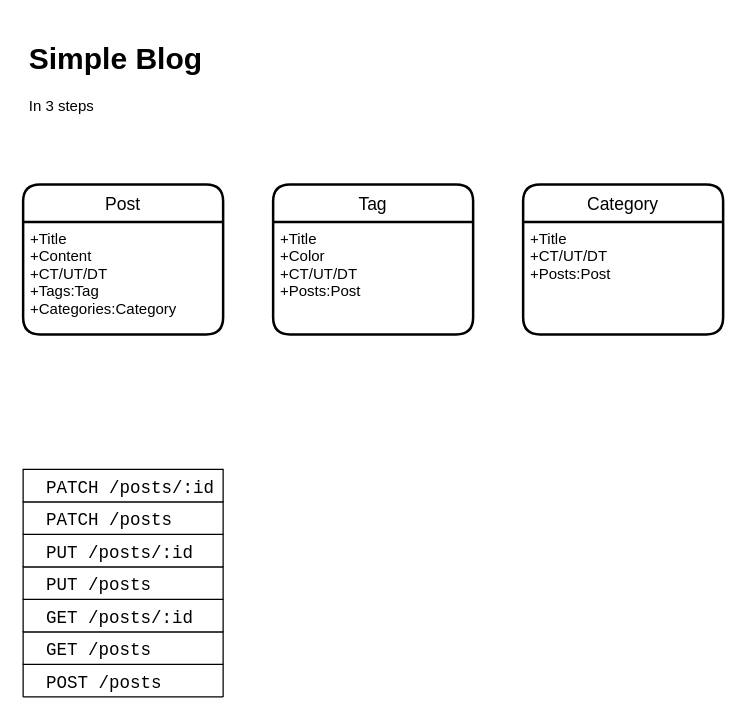
Above: draws/product/object.drawio in kleon1024/draw (draw.io), before the change. Source tidied: cells renumbered, new cells numbered last; positions are measured from the earlier drawing's top-left corner, leaving out a move shared by most shapes. Both pictures are drawn from the tidied source at 125%, with x=0, y=0 at pixel (22, 34).
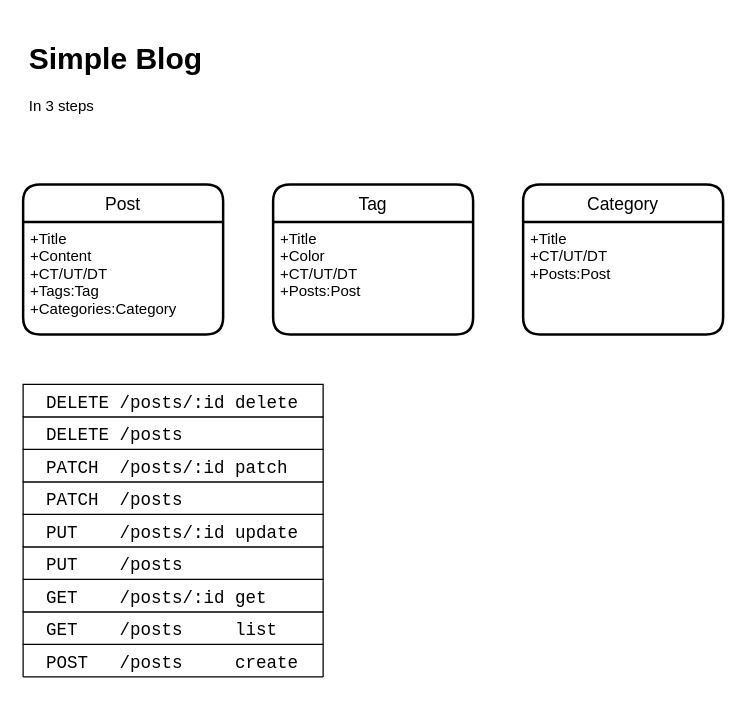
The same page after the edit.

What changed in the source:
```diff
@@
 <mxGraphModel>
   <root>
     <mxCell id="0" />
     <mxCell id="1" parent="0" />
     <mxCell id="2" value="&lt;h1&gt;Simple Blog&lt;/h1&gt;&lt;p&gt;In 3 steps&lt;/p&gt;" style="text;html=1;strokeColor=none;fillColor=none;spacing=5;spacingTop=-20;whiteSpace=wrap;overflow=hidden;rounded=0;" parent="1" vertex="1">
       <mxGeometry width="190" height="80" as="geometry" />
     </mxCell>
     <mxCell id="3" value="Post" style="swimlane;horizontal=1;startSize=30;rounded=1;fontSize=14;fontStyle=0;strokeWidth=2;shadow=0;dashed=0;align=center;" parent="1" vertex="1">
       <mxGeometry y="120" width="160" height="120" as="geometry" />
     </mxCell>
     <mxCell id="4" value="+Title&#10;+Content&#10;+CT/UT/DT&#10;+Tags:Tag&#10;+Categories:Category" style="align=left;strokeColor=none;fillColor=none;spacingLeft=4;fontSize=12;verticalAlign=top;" parent="3" vertex="1">
       <mxGeometry y="30" width="160" height="90" as="geometry" />
     </mxCell>
     <mxCell id="5" value="Tag" style="swimlane;horizontal=1;startSize=30;rounded=1;fontSize=14;fontStyle=0;strokeWidth=2;shadow=0;dashed=0;align=center;" parent="1" vertex="1">
       <mxGeometry x="200" y="120" width="160" height="120" as="geometry" />
     </mxCell>
     <mxCell id="6" value="+Title&#10;+Color&#10;+CT/UT/DT&#10;+Posts:Post" style="align=left;strokeColor=none;fillColor=none;spacingLeft=4;fontSize=12;verticalAlign=top;" parent="5" vertex="1">
       <mxGeometry y="30" width="160" height="90" as="geometry" />
     </mxCell>
     <mxCell id="7" value="Category" style="swimlane;horizontal=1;startSize=30;rounded=1;fontSize=14;fontStyle=0;strokeWidth=2;shadow=0;dashed=0;align=center;" parent="1" vertex="1">
       <mxGeometry x="400" y="120" width="160" height="120" as="geometry" />
     </mxCell>
     <mxCell id="8" value="+Title&#10;+CT/UT/DT&#10;+Posts:Post" style="align=left;strokeColor=none;fillColor=none;spacingLeft=4;fontSize=12;verticalAlign=top;" parent="7" vertex="1">
       <mxGeometry y="30" width="160" height="90" as="geometry" />
     </mxCell>
+    <mxCell id="16" style="group;" parent="1" vertex="1">
+      <mxGeometry y="280" width="240" height="234" as="geometry" />
+    </mxCell>
-    <mxCell id="9" value="  POST /posts" style="swimlane;fontStyle=0;horizontal=1;startSize=26;align=left;fontSize=14;fontFamily=Courier New;labelBackgroundColor=#ffffff;" parent="1" vertex="1" collapsed="1">
-      <mxGeometry y="504" width="160" height="26" as="geometry" />
+    <mxCell id="9" value="  POST   /posts     create" style="swimlane;fontStyle=0;horizontal=1;startSize=26;align=left;fontSize=14;fontFamily=Courier New;labelBackgroundColor=#ffffff;" parent="16" vertex="1" collapsed="1">
+      <mxGeometry y="208" width="240" height="26" as="geometry" />
     </mxCell>
-    <mxCell id="10" value="  GET /posts" style="swimlane;fontStyle=0;horizontal=1;startSize=26;align=left;fontSize=14;fontFamily=Courier New;labelBackgroundColor=#ffffff;" parent="1" vertex="1" collapsed="1">
-      <mxGeometry y="478" width="160" height="26" as="geometry" />
+    <mxCell id="10" value="  GET    /posts     list" style="swimlane;fontStyle=0;horizontal=1;startSize=26;align=left;fontSize=14;fontFamily=Courier New;labelBackgroundColor=#ffffff;" parent="16" vertex="1" collapsed="1">
+      <mxGeometry y="182" width="240" height="26" as="geometry" />
     </mxCell>
-    <mxCell id="11" value="  GET /posts/:id" style="swimlane;fontStyle=0;horizontal=1;startSize=26;align=left;fontSize=14;fontFamily=Courier New;labelBackgroundColor=#ffffff;" parent="1" vertex="1" collapsed="1">
-      <mxGeometry y="452" width="160" height="26" as="geometry" />
+    <mxCell id="11" value="  GET    /posts/:id get" style="swimlane;fontStyle=0;horizontal=1;startSize=26;align=left;fontSize=14;fontFamily=Courier New;labelBackgroundColor=#ffffff;" parent="16" vertex="1" collapsed="1">
+      <mxGeometry y="156" width="240" height="26" as="geometry" />
     </mxCell>
-    <mxCell id="12" value="  PUT /posts" style="swimlane;fontStyle=0;horizontal=1;startSize=26;align=left;fontSize=14;fontFamily=Courier New;labelBackgroundColor=#ffffff;" parent="1" vertex="1" collapsed="1">
-      <mxGeometry y="426" width="160" height="26" as="geometry" />
+    <mxCell id="12" value="  PUT    /posts" style="swimlane;fontStyle=0;horizontal=1;startSize=26;align=left;fontSize=14;fontFamily=Courier New;labelBackgroundColor=#ffffff;" parent="16" vertex="1" collapsed="1">
+      <mxGeometry y="130" width="240" height="26" as="geometry" />
     </mxCell>
-    <mxCell id="13" value="  PUT /posts/:id" style="swimlane;fontStyle=0;horizontal=1;startSize=26;align=left;fontSize=14;fontFamily=Courier New;labelBackgroundColor=#ffffff;" parent="1" vertex="1" collapsed="1">
-      <mxGeometry y="400" width="160" height="26" as="geometry" />
+    <mxCell id="13" value="  PUT    /posts/:id update" style="swimlane;fontStyle=0;horizontal=1;startSize=26;align=left;fontSize=14;fontFamily=Courier New;labelBackgroundColor=#ffffff;" parent="16" vertex="1" collapsed="1">
+      <mxGeometry y="104" width="240" height="26" as="geometry" />
     </mxCell>
-    <mxCell id="14" value="  PATCH /posts" style="swimlane;fontStyle=0;horizontal=1;startSize=26;align=left;fontSize=14;fontFamily=Courier New;labelBackgroundColor=#ffffff;" parent="1" vertex="1" collapsed="1">
-      <mxGeometry y="374" width="160" height="26" as="geometry" />
+    <mxCell id="14" value="  PATCH  /posts" style="swimlane;fontStyle=0;horizontal=1;startSize=26;align=left;fontSize=14;fontFamily=Courier New;labelBackgroundColor=#ffffff;" parent="16" vertex="1" collapsed="1">
+      <mxGeometry y="78" width="240" height="26" as="geometry" />
     </mxCell>
-    <mxCell id="15" value="  PATCH /posts/:id" style="swimlane;fontStyle=0;horizontal=1;startSize=26;align=left;fontSize=14;fontFamily=Courier New;labelBackgroundColor=#ffffff;" parent="1" vertex="1" collapsed="1">
-      <mxGeometry y="348" width="160" height="26" as="geometry" />
+    <mxCell id="15" value="  PATCH  /posts/:id patch" style="swimlane;fontStyle=0;horizontal=1;startSize=26;align=left;fontSize=14;fontFamily=Courier New;labelBackgroundColor=#ffffff;" parent="16" vertex="1" collapsed="1">
+      <mxGeometry y="52" width="240" height="26" as="geometry" />
     </mxCell>
+    <mxCell id="17" value="  DELETE /posts" style="swimlane;fontStyle=0;horizontal=1;startSize=26;align=left;fontSize=14;fontFamily=Courier New;labelBackgroundColor=#ffffff;" parent="16" vertex="1" collapsed="1">
+      <mxGeometry y="26" width="240" height="26" as="geometry" />
+    </mxCell>
+    <mxCell id="18" value="  DELETE /posts/:id delete" style="swimlane;fontStyle=0;horizontal=1;startSize=26;align=left;fontSize=14;fontFamily=Courier New;labelBackgroundColor=#ffffff;" parent="16" vertex="1" collapsed="1">
+      <mxGeometry width="240" height="26" as="geometry" />
+    </mxCell>
   </root>
 </mxGraphModel>
```
